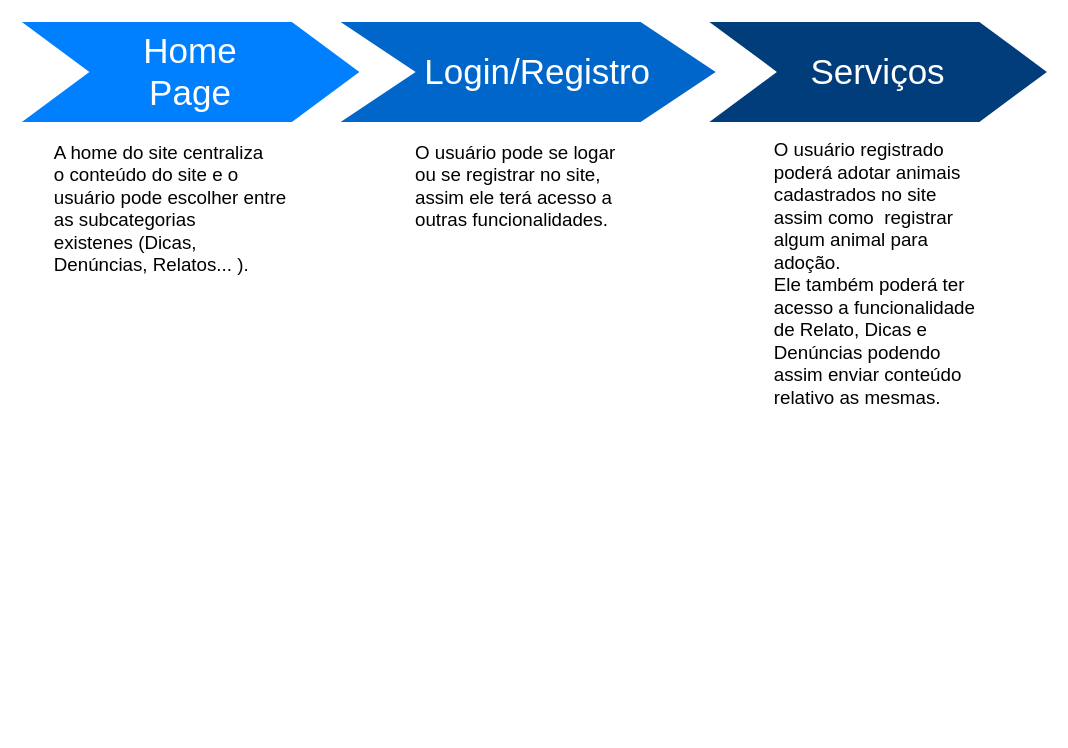
The draw.io diagram Untitled Diagram.drawio in samuelspineli34/TI2, before the edit. Source tidied: cells renumbered, new cells numbered last; positions are measured from the earlier drawing's top-left corner, leaving out a move shared by most shapes. Both pictures are drawn from the tidied source at 125%, with x=0, y=0 at pixel (21, 21).
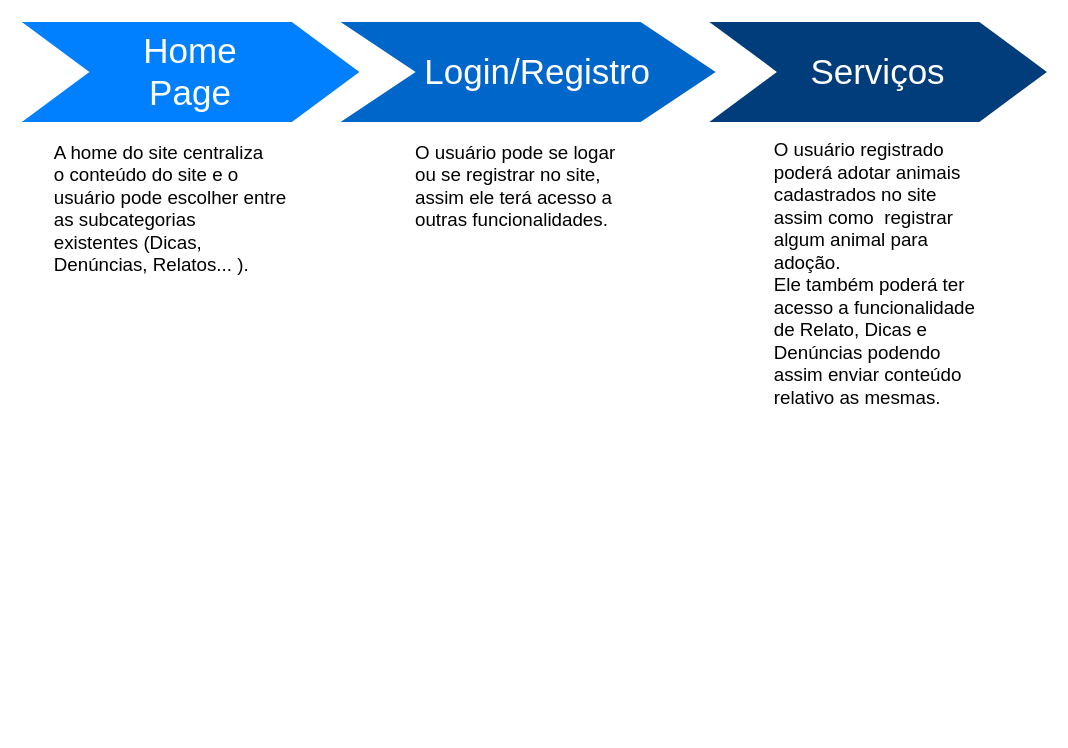
Above is the later version.

Change to the diagram source:
```diff
@@
 <mxGraphModel background="#ffffff">
   <root>
     <mxCell id="0" />
     <mxCell id="1" parent="0" />
     <mxCell id="2" value="Home&lt;br&gt;Page" style="shape=step;whiteSpace=wrap;html=1;fontSize=28;fillColor=#0080FF;fontColor=#FFFFFF;strokeColor=none;" parent="1" vertex="1">
       <mxGeometry width="270" height="80" as="geometry" />
     </mxCell>
     <mxCell id="3" value="&amp;nbsp; Login/Registro" style="shape=step;whiteSpace=wrap;html=1;fontSize=28;fontColor=#FFFFFF;strokeColor=none;fillColor=#0066C9;" parent="1" vertex="1">
       <mxGeometry x="255" width="300" height="80" as="geometry" />
     </mxCell>
     <mxCell id="4" value="Serviços" style="shape=step;whiteSpace=wrap;html=1;fontSize=28;fontColor=#FFFFFF;strokeColor=none;fillColor=#003D7A;" parent="1" vertex="1">
       <mxGeometry x="550" width="270" height="80" as="geometry" />
     </mxCell>
-    <mxCell id="5" value="&lt;font style=&quot;font-size: 15px&quot;&gt;A home do site centraliza &lt;br&gt;&lt;/font&gt;&lt;div style=&quot;font-size: 15px&quot;&gt;&lt;font style=&quot;font-size: 15px&quot;&gt;o conteúdo do site e o usuário pode escolher entre as subcategorias&lt;/font&gt;&lt;/div&gt;&lt;div style=&quot;font-size: 15px&quot;&gt;&lt;font style=&quot;font-size: 15px&quot;&gt;existenes (Dicas, Denúncias, Relatos... ).&lt;/font&gt;&lt;br&gt;&lt;/div&gt;" style="text;spacingTop=-5;fillColor=#ffffff;whiteSpace=wrap;html=1;align=left;fontSize=12;fontFamily=Helvetica;fillColor=none;strokeColor=none;" parent="1" vertex="1">
+    <mxCell id="5" value="&lt;font style=&quot;font-size: 15px&quot;&gt;A home do site centraliza &lt;br&gt;&lt;/font&gt;&lt;div style=&quot;font-size: 15px&quot;&gt;&lt;font style=&quot;font-size: 15px&quot;&gt;o conteúdo do site e o usuário pode escolher entre as subcategorias&lt;/font&gt;&lt;/div&gt;&lt;div style=&quot;font-size: 15px&quot;&gt;&lt;font style=&quot;font-size: 15px&quot;&gt;existentes (Dicas, Denúncias, Relatos... ).&lt;/font&gt;&lt;br&gt;&lt;/div&gt;" style="text;spacingTop=-5;fillColor=#ffffff;whiteSpace=wrap;html=1;align=left;fontSize=12;fontFamily=Helvetica;fillColor=none;strokeColor=none;" parent="1" vertex="1">
       <mxGeometry x="24" y="94" width="190" height="470" as="geometry" />
     </mxCell>
     <mxCell id="6" value="&lt;font style=&quot;font-size: 15px&quot;&gt;O usuário pode se logar ou se registrar no site, assim ele terá acesso a outras funcionalidades.&lt;br&gt;&lt;/font&gt;" style="text;spacingTop=-5;fillColor=#ffffff;whiteSpace=wrap;html=1;align=left;fontSize=12;fontFamily=Helvetica;fillColor=none;strokeColor=none;" parent="1" vertex="1">
       <mxGeometry x="313" y="94" width="170" height="470" as="geometry" />
     </mxCell>
     <mxCell id="7" value="&lt;div align=&quot;left&quot;&gt;&lt;font style=&quot;font-size: 15px&quot;&gt;O usuário registrado poderá adotar animais cadastrados no site assim como&amp;nbsp; registrar algum animal para adoção.&lt;br&gt;Ele também poderá ter acesso a funcionalidade de Relato, Dicas e Denúncias podendo assim enviar conteúdo relativo as mesmas.&lt;br&gt;&lt;/font&gt;&lt;/div&gt;" style="text;spacingTop=-5;fillColor=#ffffff;whiteSpace=wrap;html=1;align=left;fontSize=12;fontFamily=Helvetica;fillColor=none;strokeColor=none;" parent="1" vertex="1">
       <mxGeometry x="600" y="92" width="170" height="470" as="geometry" />
     </mxCell>
   </root>
 </mxGraphModel>
```
